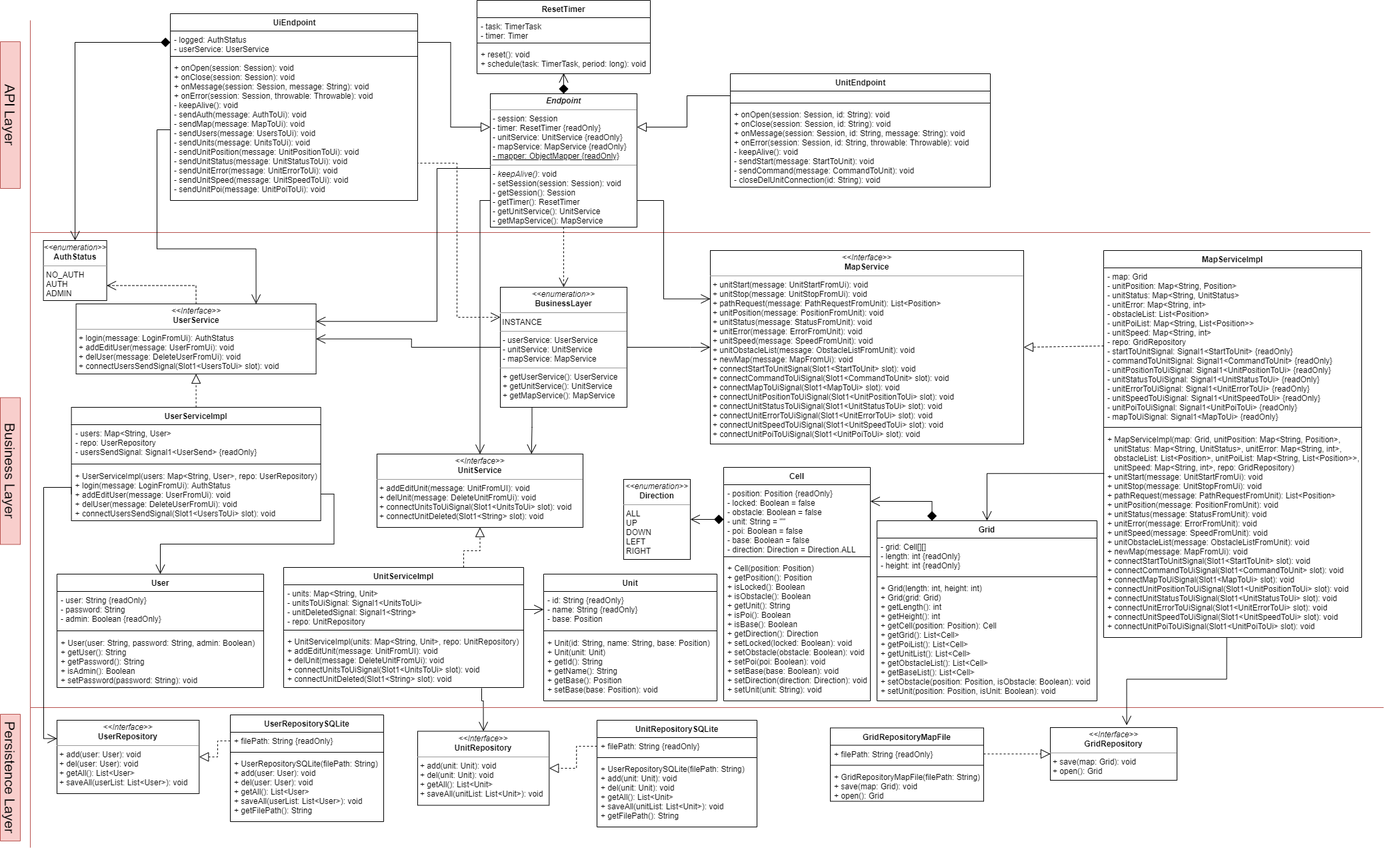
Earlier version of the draw.io export esterni/allegato_tecnico/img/server_classi.png (lineCode-swe/docs). Source tidied: cells renumbered, new cells last; positions are measured from the earlier drawing's top-left corner, leaving out a move shared by most shapes.
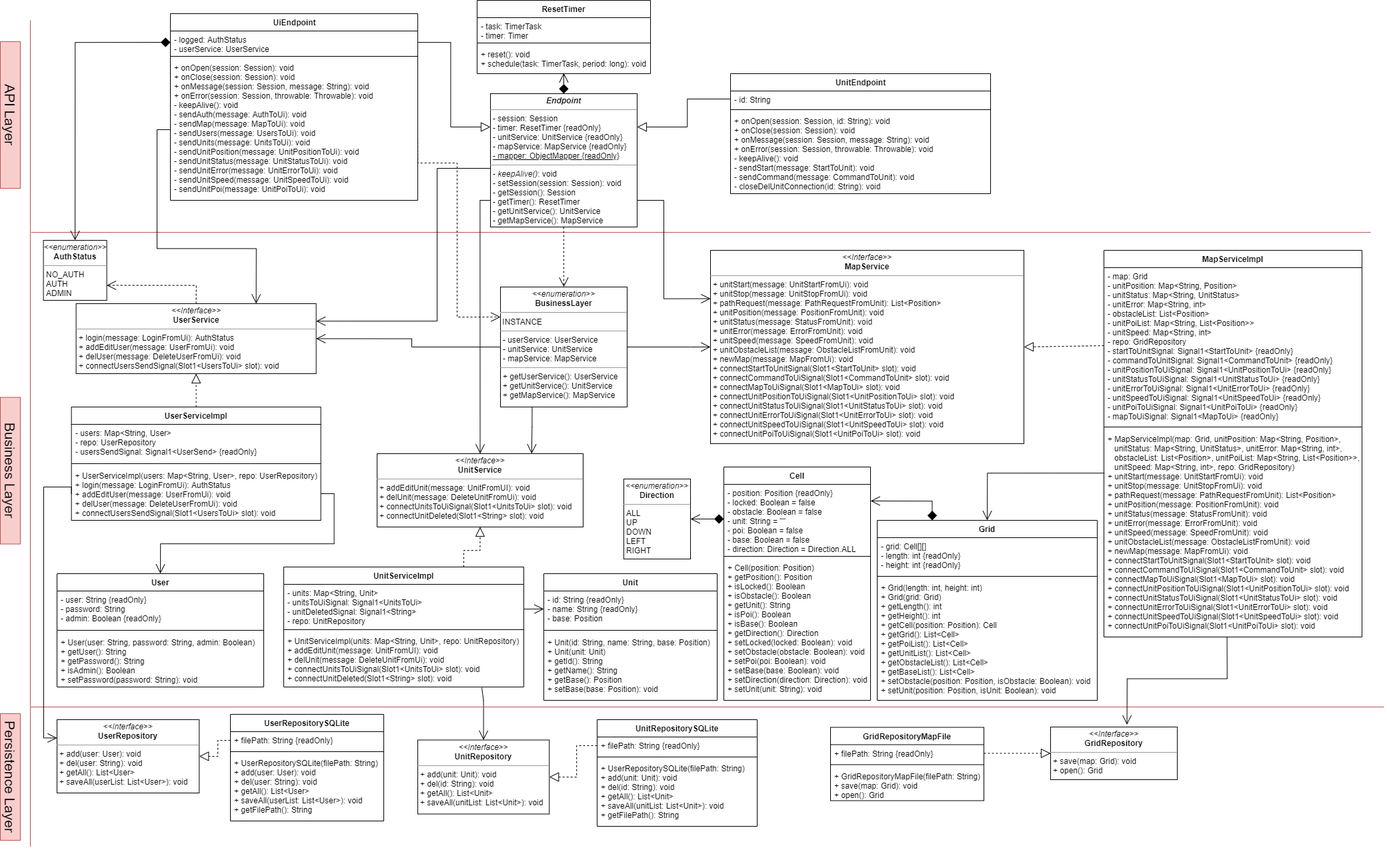
The same file after the commit.

Diff of the diagram source:
```diff
@@ -14,7 +14,7 @@
     <mxCell id="5" style="line;strokeWidth=1;fillColor=none;align=left;verticalAlign=middle;spacingTop=-1;spacingLeft=3;spacingRight=3;labelPosition=right;" parent="3" vertex="1">
       <mxGeometry y="52" width="240" height="8" as="geometry" />
     </mxCell>
-    <mxCell id="6" value="+ UserRepositorySQLite(filePath: String)&#10;+ add(unit: Unit): void&#10;+ del(unit: Unit): void&#10;+ getAll(): List&lt;Unit&gt;&#10;+ saveAll(unitList: List&lt;Unit&gt;): void&#10;+ getFilePath(): String" style="text;strokeColor=none;fillColor=none;align=left;verticalAlign=top;spacingLeft=4;spacingRight=4;overflow=hidden;" parent="3" vertex="1">
+    <mxCell id="6" value="+ UserRepositorySQLite(filePath: String)&#10;+ add(unit: Unit): void&#10;+ del(id: String): void&#10;+ getAll(): List&lt;Unit&gt;&#10;+ saveAll(unitList: List&lt;Unit&gt;): void&#10;+ getFilePath(): String" style="text;strokeColor=none;fillColor=none;align=left;verticalAlign=top;spacingLeft=4;spacingRight=4;overflow=hidden;" parent="3" vertex="1">
       <mxGeometry y="60" width="240" height="100" as="geometry" />
     </mxCell>
     <mxCell id="7" style="edgeStyle=orthogonalEdgeStyle;rounded=0;jettySize=auto;html=1;exitX=0;exitY=0.5;exitDx=0;exitDy=0;entryX=1;entryY=0.5;entryDx=0;entryDy=0;dashed=1;startArrow=none;startFill=0;endArrow=block;endFill=0;endSize=12;" parent="1" edge="1" source="9" target="14">
@@ -33,7 +33,7 @@
     <mxCell id="10" style="line;strokeWidth=1;fillColor=none;align=left;verticalAlign=middle;spacingTop=-1;spacingLeft=3;spacingRight=3;labelPosition=right;" parent="8" vertex="1">
       <mxGeometry y="52" width="230" height="8" as="geometry" />
     </mxCell>
-    <mxCell id="11" value="+ UserRepositorySQLite(filePath: String)&#10;+ add(user: User): void&#10;+ del(user: User): void&#10;+ getAll(): List&lt;User&gt;&#10;+ saveAll(userList: List&lt;User&gt;): void&#10;+ getFilePath(): String" style="text;strokeColor=none;fillColor=none;align=left;verticalAlign=top;spacingLeft=4;spacingRight=4;overflow=hidden;" parent="8" vertex="1">
+    <mxCell id="11" value="+ UserRepositorySQLite(filePath: String)&#10;+ add(user: User): void&#10;+ del(user: String): void&#10;+ getAll(): List&lt;User&gt;&#10;+ saveAll(userList: List&lt;User&gt;): void&#10;+ getFilePath(): String" style="text;strokeColor=none;fillColor=none;align=left;verticalAlign=top;spacingLeft=4;spacingRight=4;overflow=hidden;" parent="8" vertex="1">
       <mxGeometry y="60" width="230" height="100" as="geometry" />
     </mxCell>
     <mxCell id="12" style="edgeStyle=orthogonalEdgeStyle;rounded=0;jettySize=auto;html=1;exitX=0.5;exitY=0;exitDx=0;exitDy=0;endArrow=none;endFill=0;startSize=12;endSize=6;startArrow=open;startFill=0;" parent="1" edge="1" source="13">
@@ -45,10 +45,10 @@
         </Array>
       </mxGeometry>
     </mxCell>
-    <mxCell id="13" value="&lt;p style=&quot;margin: 0px ; margin-top: 4px ; text-align: center&quot;&gt;&lt;i&gt;&amp;lt;&amp;lt;Interface&amp;gt;&amp;gt;&lt;/i&gt;&lt;br&gt;&lt;b&gt;UnitRepository&lt;/b&gt;&lt;/p&gt;&lt;hr size=&quot;1&quot;&gt;&lt;p style=&quot;margin: 0px ; margin-left: 4px&quot;&gt;+ add(unit: Unit): void&lt;br&gt;+ del(unit: Unit): void&lt;/p&gt;&lt;p style=&quot;margin: 0px ; margin-left: 4px&quot;&gt;+ getAll(): List&amp;lt;Unit&amp;gt;&lt;/p&gt;&lt;p style=&quot;margin: 0px ; margin-left: 4px&quot;&gt;+ saveAll(unitList: List&amp;lt;Unit&amp;gt;): void&lt;/p&gt;" style="verticalAlign=top;align=left;overflow=fill;fontSize=12;fontFamily=Helvetica;html=1;" parent="1" vertex="1">
-      <mxGeometry x="721" y="1095.5" width="197.2" height="111" as="geometry" />
+    <mxCell id="13" value="&lt;p style=&quot;margin: 0px ; margin-top: 4px ; text-align: center&quot;&gt;&lt;i&gt;&amp;lt;&amp;lt;Interface&amp;gt;&amp;gt;&lt;/i&gt;&lt;br&gt;&lt;b&gt;UnitRepository&lt;/b&gt;&lt;/p&gt;&lt;hr size=&quot;1&quot;&gt;&lt;p style=&quot;margin: 0px ; margin-left: 4px&quot;&gt;+ add(unit: Unit): void&lt;br&gt;+ del(id: String): void&lt;/p&gt;&lt;p style=&quot;margin: 0px ; margin-left: 4px&quot;&gt;+ getAll(): List&amp;lt;Unit&amp;gt;&lt;/p&gt;&lt;p style=&quot;margin: 0px ; margin-left: 4px&quot;&gt;+ saveAll(unitList: List&amp;lt;Unit&amp;gt;): void&lt;/p&gt;" style="verticalAlign=top;align=left;overflow=fill;fontSize=12;fontFamily=Helvetica;html=1;" parent="1" vertex="1">
+      <mxGeometry x="721" y="1109.5" width="197.2" height="111" as="geometry" />
     </mxCell>
-    <mxCell id="14" value="&lt;p style=&quot;margin: 0px ; margin-top: 4px ; text-align: center&quot;&gt;&lt;i&gt;&amp;lt;&amp;lt;Interface&amp;gt;&amp;gt;&lt;/i&gt;&lt;br&gt;&lt;b&gt;UserRepository&lt;/b&gt;&lt;/p&gt;&lt;hr size=&quot;1&quot;&gt;&lt;p style=&quot;margin: 0px ; margin-left: 4px&quot;&gt;+ add(user: User): void&lt;br&gt;+ del(user: User): void&lt;/p&gt;&lt;p style=&quot;margin: 0px ; margin-left: 4px&quot;&gt;+ getAll(): List&amp;lt;User&amp;gt;&lt;/p&gt;&lt;p style=&quot;margin: 0px ; margin-left: 4px&quot;&gt;+ saveAll(userList: List&amp;lt;User&amp;gt;): void&lt;/p&gt;" style="verticalAlign=top;align=left;overflow=fill;fontSize=12;fontFamily=Helvetica;html=1;" parent="1" vertex="1">
+    <mxCell id="14" value="&lt;p style=&quot;margin: 0px ; margin-top: 4px ; text-align: center&quot;&gt;&lt;i&gt;&amp;lt;&amp;lt;Interface&amp;gt;&amp;gt;&lt;/i&gt;&lt;br&gt;&lt;b&gt;UserRepository&lt;/b&gt;&lt;/p&gt;&lt;hr size=&quot;1&quot;&gt;&lt;p style=&quot;margin: 0px ; margin-left: 4px&quot;&gt;+ add(user: User): void&lt;br&gt;+ del(user: String): void&lt;/p&gt;&lt;p style=&quot;margin: 0px ; margin-left: 4px&quot;&gt;+ getAll(): List&amp;lt;User&amp;gt;&lt;/p&gt;&lt;p style=&quot;margin: 0px ; margin-left: 4px&quot;&gt;+ saveAll(userList: List&amp;lt;User&amp;gt;): void&lt;/p&gt;" style="verticalAlign=top;align=left;overflow=fill;fontSize=12;fontFamily=Helvetica;html=1;" parent="1" vertex="1">
       <mxGeometry x="180" y="1079" width="213.2" height="110" as="geometry" />
     </mxCell>
     <mxCell id="15" style="edgeStyle=orthogonalEdgeStyle;rounded=0;jettySize=auto;html=1;exitX=0.5;exitY=0;exitDx=0;exitDy=0;entryX=0.5;entryY=1;entryDx=0;entryDy=0;dashed=1;endArrow=block;endFill=0;endSize=12;" parent="1" edge="1" source="16" target="38">
@@ -143,16 +143,16 @@
       <mxGeometry y="68" width="371" height="212" as="geometry" />
     </mxCell>
     <mxCell id="44" value="UnitEndpoint" style="swimlane;fontStyle=1;align=center;verticalAlign=top;horizontal=1;startSize=26;html=1;" parent="1" vertex="1">
-      <mxGeometry x="1190" y="110" width="390" height="170" as="geometry" />
+      <mxGeometry x="1190" y="110" width="390" height="180" as="geometry" />
     </mxCell>
-    <mxCell id="45" value="&lt;u&gt;&lt;br&gt;&lt;/u&gt;" style="text;strokeColor=none;fillColor=none;align=left;verticalAlign=top;spacingLeft=4;spacingRight=4;overflow=hidden;points=[[0,0.5],[1,0.5]];portConstraint=eastwest;html=1;" parent="44" vertex="1">
-      <mxGeometry y="26" width="390" height="14" as="geometry" />
+    <mxCell id="45" value="- id: String" style="text;strokeColor=none;fillColor=none;align=left;verticalAlign=top;spacingLeft=4;spacingRight=4;overflow=hidden;points=[[0,0.5],[1,0.5]];portConstraint=eastwest;html=1;" parent="44" vertex="1">
+      <mxGeometry y="26" width="390" height="24" as="geometry" />
     </mxCell>
     <mxCell id="46" style="line;strokeWidth=1;fillColor=none;align=left;verticalAlign=middle;spacingTop=-1;spacingLeft=3;spacingRight=3;labelPosition=right;" parent="44" vertex="1">
-      <mxGeometry y="40" width="390" height="8" as="geometry" />
+      <mxGeometry y="50" width="390" height="8" as="geometry" />
     </mxCell>
-    <mxCell id="47" value="+ onOpen(session: Session, id: String): void&lt;br&gt;+ onClose(session: Session, id: String): void&lt;br&gt;+ onMessage(session: Session, id: String, message: String): void&lt;br&gt;+ onError(session: Session, id: String, throwable: Throwable): void&lt;br&gt;- keepAlive(): void&lt;br&gt;- sendStart(message: StartToUnit): void&lt;br&gt;- sendCommand(message: CommandToUnit): void&lt;br&gt;- closeDelUnitConnection(id: String): void" style="text;strokeColor=none;fillColor=none;align=left;verticalAlign=top;spacingLeft=4;spacingRight=4;overflow=hidden;html=1;" parent="44" vertex="1">
-      <mxGeometry y="48" width="390" height="122" as="geometry" />
+    <mxCell id="47" value="+ onOpen(session: Session, id: String): void&lt;br&gt;+ onClose(session: Session): void&lt;br&gt;+ onMessage(session: Session, message: String): void&lt;br&gt;+ onError(session: Session, throwable: Throwable): void&lt;br&gt;- keepAlive(): void&lt;br&gt;- sendStart(message: StartToUnit): void&lt;br&gt;- sendCommand(message: CommandToUnit): void&lt;br&gt;- closeDelUnitConnection(id: String): void" style="text;strokeColor=none;fillColor=none;align=left;verticalAlign=top;spacingLeft=4;spacingRight=4;overflow=hidden;html=1;" parent="44" vertex="1">
+      <mxGeometry y="58" width="390" height="122" as="geometry" />
     </mxCell>
     <mxCell id="48" style="endArrow=none;html=1;fillColor=#f8cecc;strokeColor=#b85450;" parent="1" edge="1">
       <mxGeometry relative="1" as="geometry">
```
